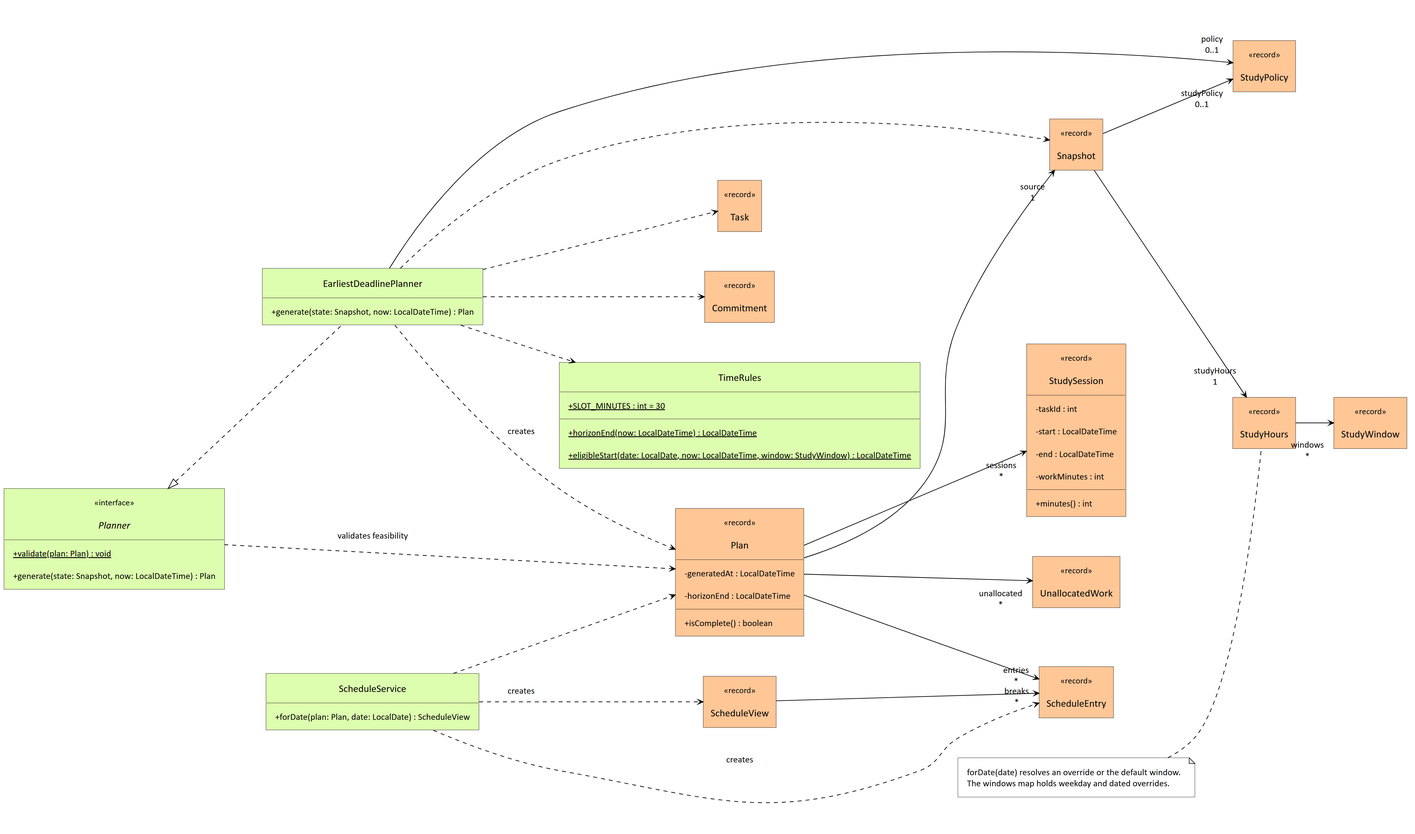
This is docs/images/diagrams/gabriel-planning-classes.png from Darren50/tp, a PlantUML export, as it was before one commit. Its source is kept beside it as docs/diagrams/gabriel-planning-classes.puml.
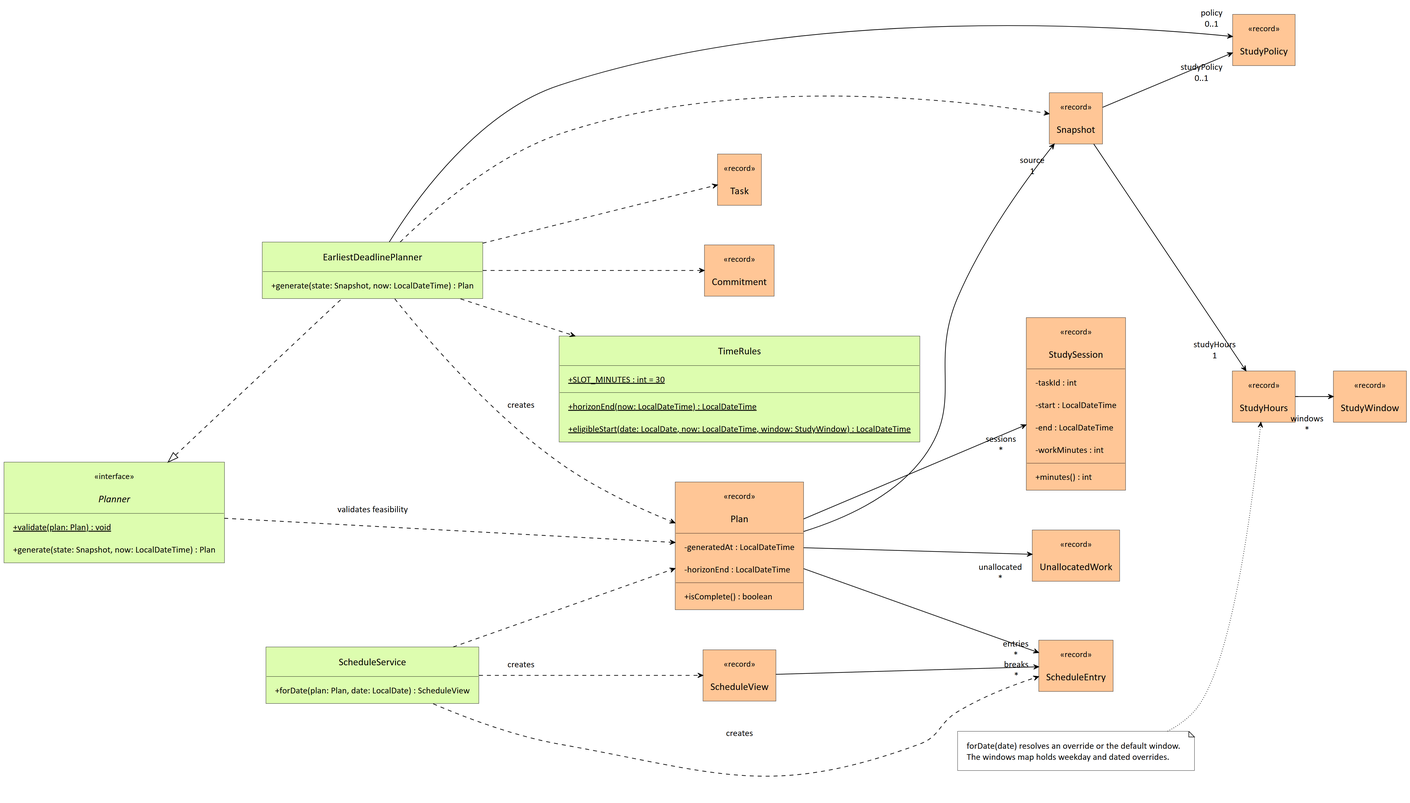
Later version of the same file.

The edit, as a diff of the source:
```diff
@@ -64,5 +64,5 @@
   forDate(date) resolves an override or the default window.
   The windows map holds weekday and dated overrides.
 end note
-StudyHoursNote .. StudyHours
+StudyHoursNote -[dotted]-> StudyHours
 @enduml
```
